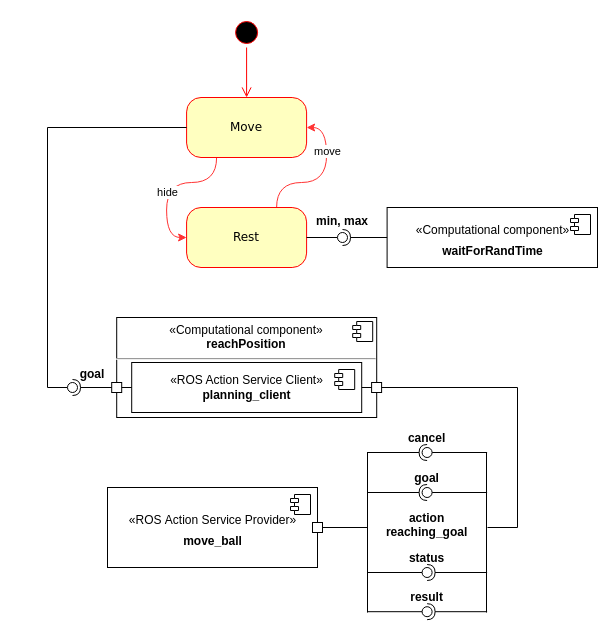
aGotelli/Andrea_Gotelli_EROLA_Assignment keeps this draw.io diagram as draw_io/ball_state_machine_and_comp.drawio. Above is the earlier version. Source tidied: cells renumbered, new cells numbered last; positions are measured from the earlier drawing's top-left corner, leaving out a move shared by most shapes. Both pictures are drawn from the tidied source at 100%, with x=0, y=0 at pixel (47, 17).
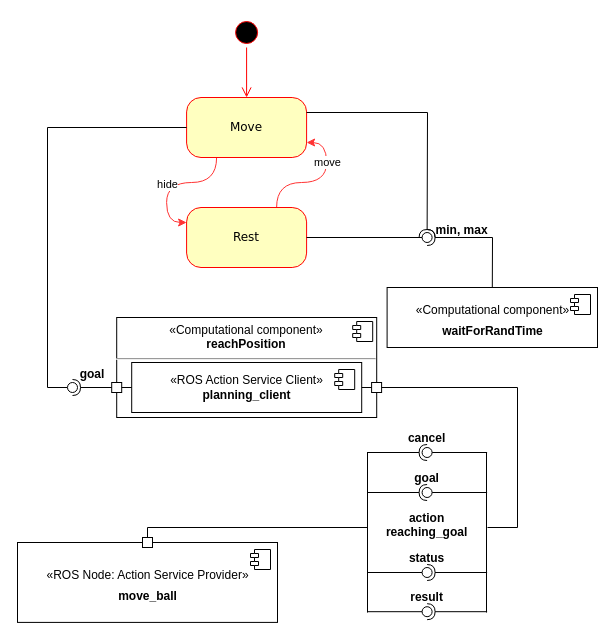
The same page after the edit.

The change refers to these unchanged cells:
```xml
<mxCell id="5" value="Move" style="rounded=1;whiteSpace=wrap;html=1;arcSize=24;fillColor=#ffffc0;strokeColor=#ff0000;shadow=0;comic=0;labelBackgroundColor=none;fontFamily=Verdana;fontSize=12;fontColor=#000000;align=center;" parent="1" vertex="1">
  <mxGeometry x="139.1" y="80" width="120" height="60" as="geometry" />
</mxCell>
<mxCell id="8" value="Rest" style="rounded=1;whiteSpace=wrap;html=1;arcSize=24;fillColor=#ffffc0;strokeColor=#ff0000;shadow=0;comic=0;labelBackgroundColor=none;fontFamily=Verdana;fontSize=12;fontColor=#000000;align=center;" parent="1" vertex="1">
  <mxGeometry x="139.1" y="190" width="120" height="60" as="geometry" />
</mxCell>
```

Change to the diagram source:
```diff
@@
-    <mxCell id="3" style="edgeStyle=orthogonalEdgeStyle;jettySize=auto;html=1;entryX=0;entryY=0.5;entryDx=0;entryDy=0;strokeColor=#FF3333;curved=1;exitX=0.25;exitY=1;exitDx=0;exitDy=0;" parent="1" edge="1" source="5" target="8">
+    <mxCell id="3" style="edgeStyle=orthogonalEdgeStyle;jettySize=auto;html=1;entryX=0;entryY=0.25;entryDx=0;entryDy=0;strokeColor=#FF3333;curved=1;exitX=0.25;exitY=1;exitDx=0;exitDy=0;" parent="1" edge="1" source="5" target="8">
       <mxGeometry relative="1" as="geometry" />
     </mxCell>
@@
-    <mxCell id="6" style="edgeStyle=orthogonalEdgeStyle;jettySize=auto;html=1;entryX=1;entryY=0.5;entryDx=0;entryDy=0;strokeColor=#FF3333;curved=1;exitX=0.75;exitY=0;exitDx=0;exitDy=0;" parent="1" edge="1" source="8" target="5">
+    <mxCell id="6" style="edgeStyle=orthogonalEdgeStyle;jettySize=auto;html=1;entryX=1;entryY=0.75;entryDx=0;entryDy=0;strokeColor=#FF3333;curved=1;exitX=0.75;exitY=0;exitDx=0;exitDy=0;" parent="1" edge="1" source="8" target="5">
       <mxGeometry relative="1" as="geometry" />
     </mxCell>
@@
-    <mxCell id="38" value="&lt;p style=&quot;margin: 6px 0px 0px&quot;&gt;«ROS&amp;nbsp;Action Service Provider»&lt;br&gt;&lt;/p&gt;&lt;p style=&quot;margin: 6px 0px 0px&quot;&gt;&lt;b&gt;move_ball&lt;/b&gt;&lt;/p&gt;" style="html=1;" parent="1" vertex="1">
-      <mxGeometry x="60" y="470" width="210" height="80" as="geometry" />
-    </mxCell>
-    <mxCell id="39" style="shape=module;jettyWidth=8;jettyHeight=4;" parent="38" vertex="1">
-      <mxGeometry x="1" width="20" height="20" relative="1" as="geometry">
-        <mxPoint x="-27" y="7" as="offset" />
-      </mxGeometry>
-    </mxCell>
-    <mxCell id="40" style="rounded=0;whiteSpace=wrap;html=1;" parent="1" vertex="1">
-      <mxGeometry x="265" y="505" width="10" height="10" as="geometry" />
-    </mxCell>
-    <mxCell id="41" style="rounded=0;jettySize=auto;html=1;endArrow=none;endFill=0;exitX=1;exitY=0.5;exitDx=0;exitDy=0;" parent="1" edge="1" source="40">
+    <mxCell id="41" style="rounded=0;jettySize=auto;html=1;endArrow=none;endFill=0;exitX=0.5;exitY=0;exitDx=0;exitDy=0;" parent="1" edge="1" source="55">
       <mxGeometry relative="1" as="geometry">
         <mxPoint x="320" y="510" as="targetPoint" />
+        <Array as="points">
+          <mxPoint x="100" y="510" />
+        </Array>
       </mxGeometry>
     </mxCell>
@@
     <mxCell id="46" value="&lt;p style=&quot;margin: 6px 0px 0px&quot;&gt;«Computational component»&lt;br&gt;&lt;/p&gt;&lt;p style=&quot;margin: 6px 0px 0px&quot;&gt;&lt;b&gt;waitForRandTime&lt;/b&gt;&lt;/p&gt;" style="html=1;" parent="1" vertex="1">
-      <mxGeometry x="339.6" y="190" width="210.4" height="60" as="geometry" />
+      <mxGeometry x="339.6" y="270" width="210.4" height="60" as="geometry" />
     </mxCell>
@@
-    <mxCell id="49" style="rounded=0;jettySize=auto;html=1;endArrow=halfCircle;endFill=0;entryX=0.5;entryY=0.5;entryDx=0;entryDy=0;endSize=6;strokeWidth=1;exitX=0;exitY=0.5;exitDx=0;exitDy=0;" parent="1" edge="1" source="46" target="50">
-      <mxGeometry relative="1" as="geometry" />
+    <mxCell id="49" style="rounded=0;jettySize=auto;html=1;endArrow=halfCircle;endFill=0;entryX=0.5;entryY=0.5;entryDx=0;entryDy=0;endSize=6;strokeWidth=1;exitX=0.5;exitY=0;exitDx=0;exitDy=0;" parent="1" edge="1" source="46" target="50">
+      <mxGeometry relative="1" as="geometry">
+        <Array as="points">
+          <mxPoint x="445" y="220" />
+        </Array>
+      </mxGeometry>
     </mxCell>
     <mxCell id="50" style="ellipse;whiteSpace=wrap;html=1;fontFamily=Helvetica;fontSize=12;fontColor=#000000;align=center;strokeColor=#000000;fillColor=#ffffff;points=[];" parent="1" vertex="1">
-      <mxGeometry x="290" y="215" width="10" height="10" as="geometry" />
+      <mxGeometry x="374.6" y="215" width="10" height="10" as="geometry" />
     </mxCell>
     <mxCell id="51" value="min, max" style="text;align=center;fontStyle=1;verticalAlign=middle;spacingLeft=3;spacingRight=3;strokeColor=none;" parent="1" vertex="1">
-      <mxGeometry x="255" y="190" width="80" height="26" as="geometry" />
+      <mxGeometry x="374.6" y="199" width="80" height="26" as="geometry" />
     </mxCell>
+    <mxCell id="52" style="rounded=0;jettySize=auto;html=1;endArrow=halfCircle;endFill=0;entryX=0.5;entryY=0.5;entryDx=0;entryDy=0;endSize=6;strokeWidth=1;exitX=1;exitY=0.25;exitDx=0;exitDy=0;" parent="1" edge="1" source="5">
+      <mxGeometry relative="1" as="geometry">
+        <mxPoint x="379.6" y="220" as="targetPoint" />
+        <Array as="points">
+          <mxPoint x="380" y="95" />
+        </Array>
+      </mxGeometry>
+    </mxCell>
+    <mxCell id="53" value="&lt;p style=&quot;margin: 6px 0px 0px&quot;&gt;«ROS Node: Action Service Provider»&lt;br&gt;&lt;/p&gt;&lt;p style=&quot;margin: 6px 0px 0px&quot;&gt;&lt;b&gt;move_ball&lt;/b&gt;&lt;/p&gt;" style="html=1;" parent="1" vertex="1">
+      <mxGeometry x="-30" y="525" width="260" height="79.9" as="geometry" />
+    </mxCell>
+    <mxCell id="54" style="shape=module;jettyWidth=8;jettyHeight=4;" parent="53" vertex="1">
+      <mxGeometry x="1" width="20" height="20" relative="1" as="geometry">
+        <mxPoint x="-27" y="7" as="offset" />
+      </mxGeometry>
+    </mxCell>
+    <mxCell id="55" style="rounded=0;whiteSpace=wrap;html=1;" parent="1" vertex="1">
+      <mxGeometry x="95" y="520" width="10" height="10" as="geometry" />
+    </mxCell>
```
